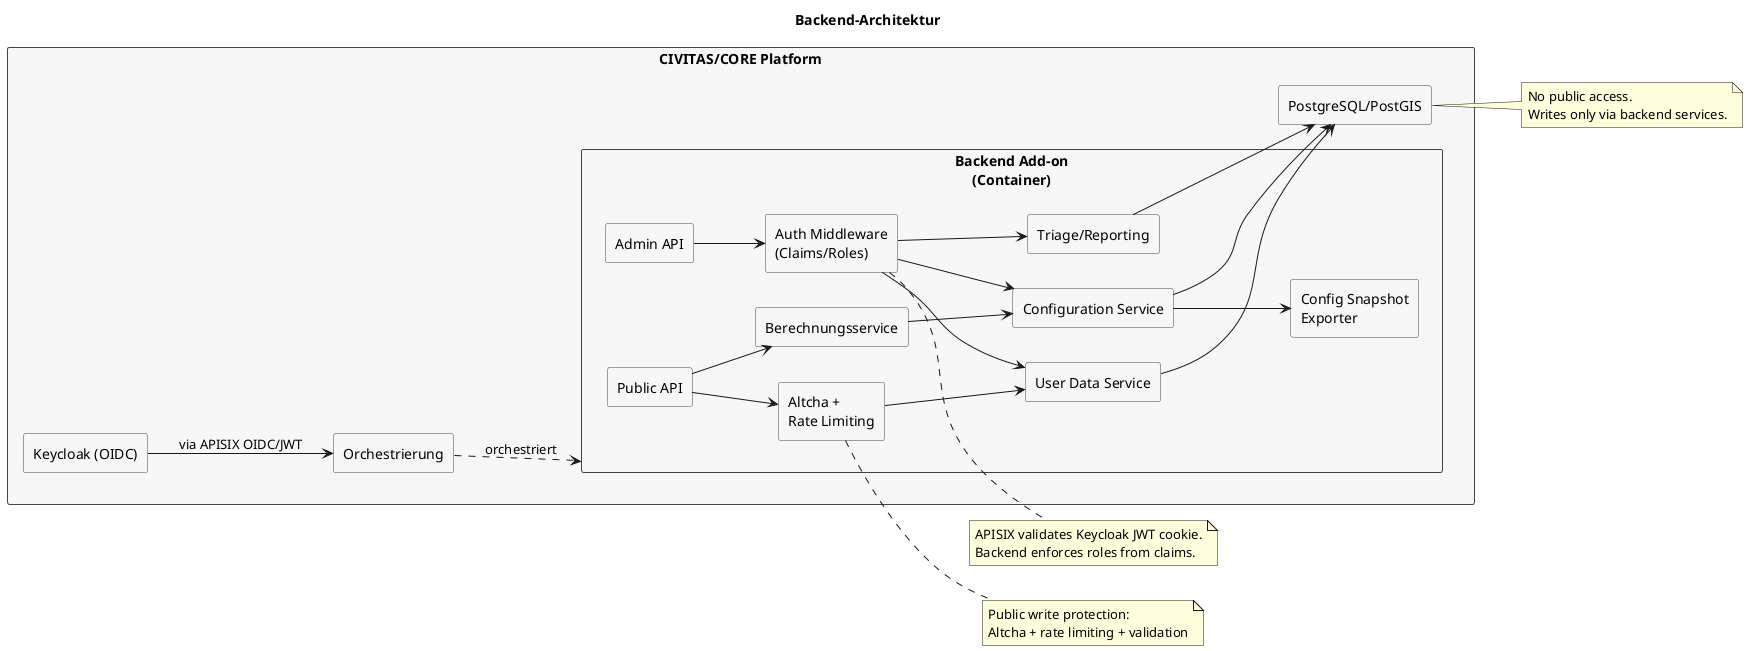
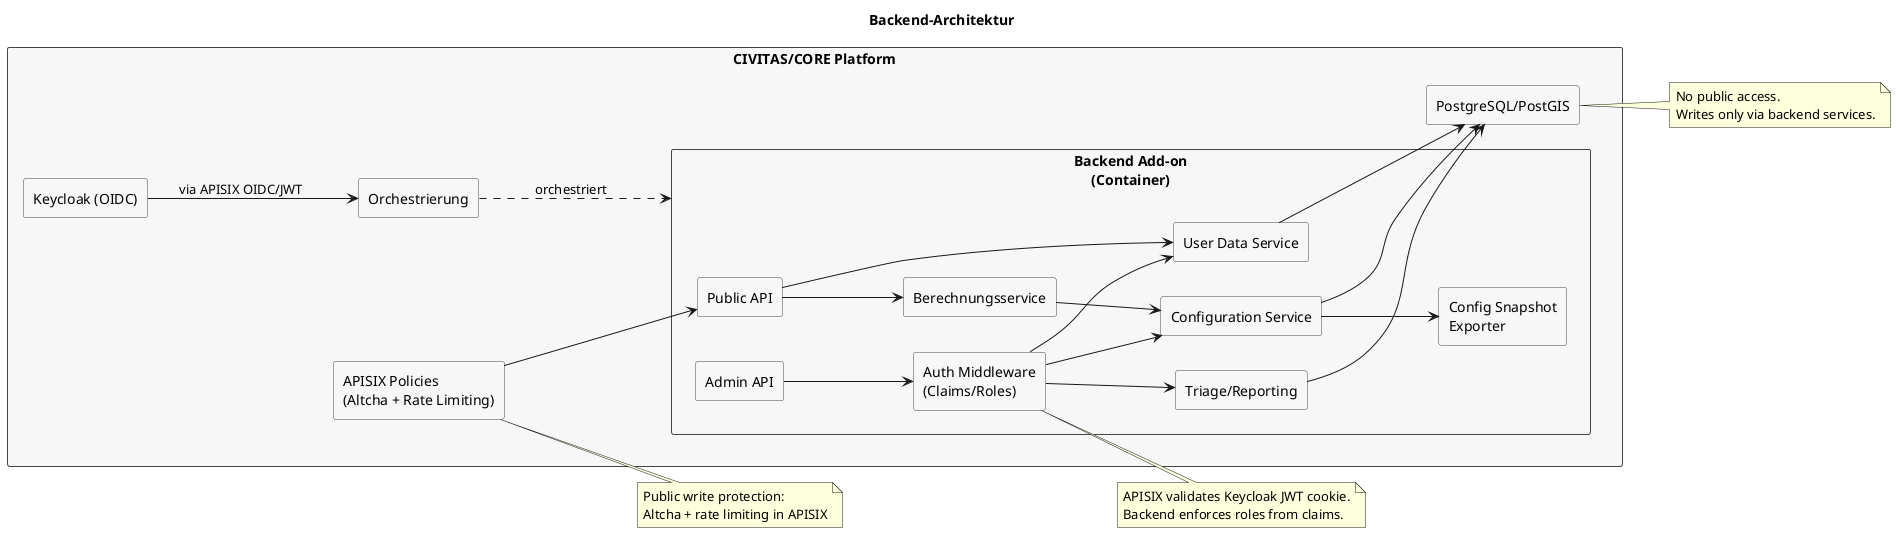
﻿@startuml
left to right direction
skinparam rectangle {
  BackgroundColor #F7F7F7
  BorderColor #444444
}

title Backend-Architektur

rectangle "CIVITAS/CORE Platform" as civitas {
  rectangle "Orchestrierung" as orchestrator
+   rectangle "APISIX Policies\n(Altcha + Rate Limiting)" as protect

  rectangle "Backend Add-on\n(Container)" as backend {
    rectangle "Public API" as public_api
    rectangle "Admin API" as admin_api
-     rectangle "Altcha +\nRate Limiting" as protect
    rectangle "Auth Middleware\n(Claims/Roles)" as auth
    rectangle "Configuration Service" as config
    rectangle "User Data Service" as user_data
    rectangle "Triage/Reporting" as triage
    rectangle "Berechnungsservice" as calc
    rectangle "Config Snapshot\nExporter" as export
  }

  rectangle "PostgreSQL/PostGIS" as db
  rectangle "Keycloak (OIDC)" as keycloak
}

orchestrator ..> backend : orchestriert

- public_api --> protect
- protect --> user_data
+ protect --> public_api
+ public_api --> user_data
public_api --> calc
admin_api --> auth
auth --> config
auth --> triage
auth --> user_data
config --> export
config --> db
user_data --> db
triage --> db
calc --> config
keycloak --> orchestrator : via APISIX OIDC/JWT

note right of protect
Public write protection:
- Altcha + rate limiting + validation
+ Altcha + rate limiting in APISIX
end note

note right of auth
APISIX validates Keycloak JWT cookie.
Backend enforces roles from claims.
end note

note right of db
No public access.
Writes only via backend services.
end note

@enduml


